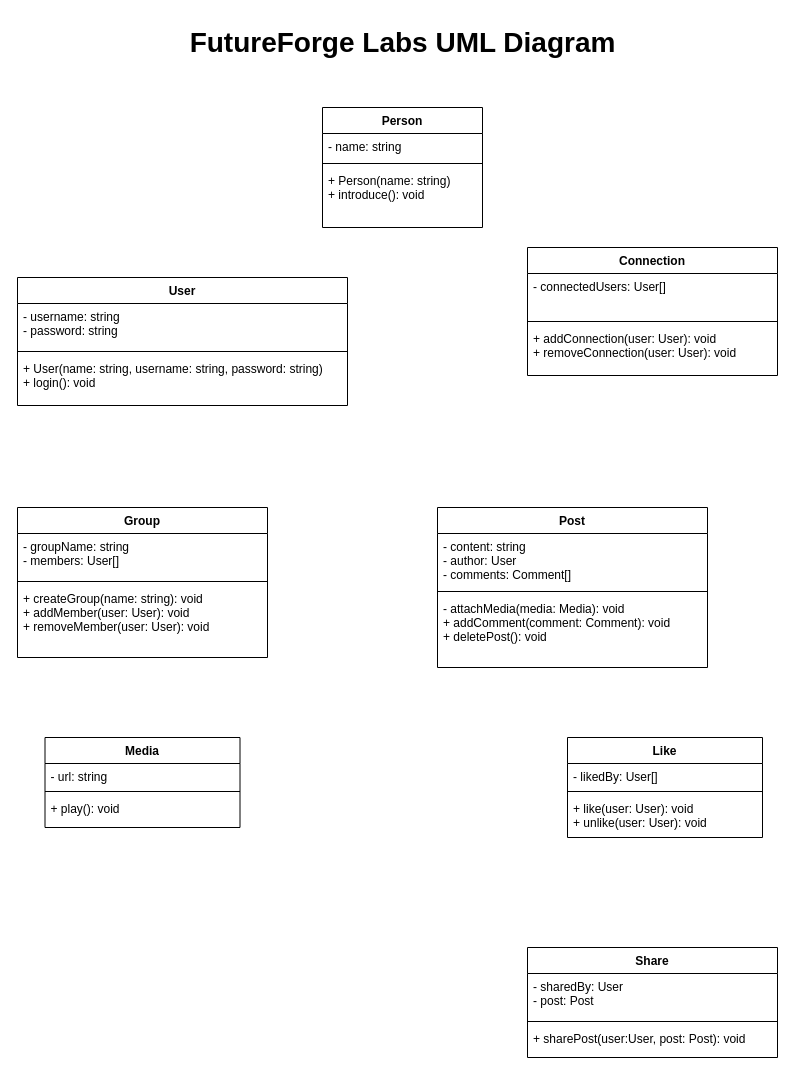
This is docs/futureforge/futureforgeuml.drawio from BlazerLabs/CSC-3105-22-23-Project-Repo, a draw.io file, before an edit. Source tidied: cells renumbered, new cells numbered last; positions are measured from the earlier drawing's top-left corner, leaving out a move shared by most shapes. Both pictures are drawn from the tidied source at 100%, with x=0, y=0 at pixel (17, 17).
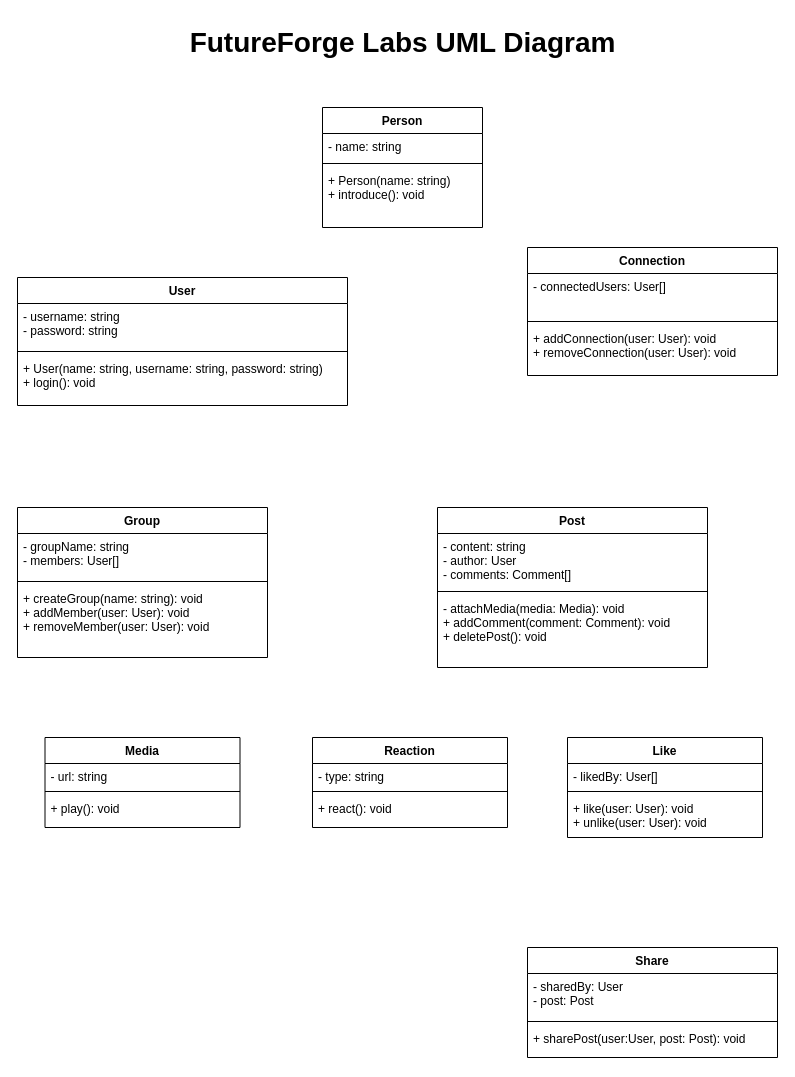
The same diagram, later.

Commit message:
Created the Reaction class component of UML

What changed in the source:
```diff
@@
+    <mxCell id="35" value="Reaction" style="swimlane;fontStyle=1;align=center;verticalAlign=top;horizontal=1;startSize=26;" parent="1" vertex="1">
+      <mxGeometry x="295" y="720" width="195" height="90" as="geometry" />
+    </mxCell>
+    <mxCell id="36" value="- type: string" style="text;strokeColor=none;fillColor=none;align=left;verticalAlign=top;spacingLeft=4;spacingRight=4;overflow=hidden;" parent="35" vertex="1">
+      <mxGeometry y="26" width="195" height="24" as="geometry" />
+    </mxCell>
+    <mxCell id="37" style="line;strokeWidth=1;fillColor=none;align=left;verticalAlign=middle;spacingTop=-1;spacingLeft=3;spacingRight=3;labelPosition=right;strokeColor=inherit;" parent="35" vertex="1">
+      <mxGeometry y="50" width="195" height="8" as="geometry" />
+    </mxCell>
+    <mxCell id="38" value="+ react(): void" style="text;strokeColor=none;fillColor=none;align=left;verticalAlign=top;spacingLeft=4;spacingRight=4;overflow=hidden;" parent="35" vertex="1">
+      <mxGeometry y="58" width="195" height="32" as="geometry" />
+    </mxCell>
```
